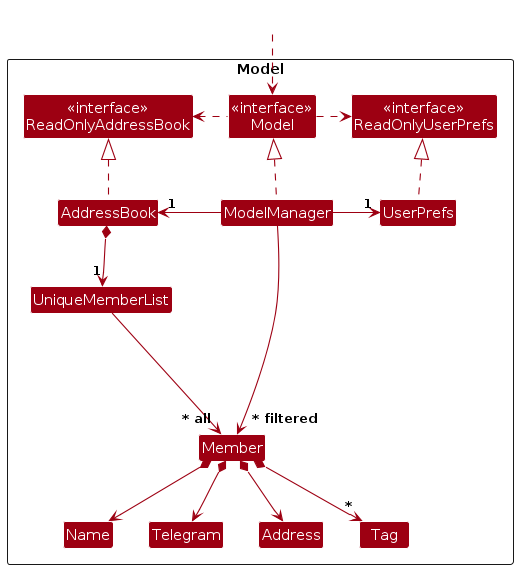
This is diagrams/ModelClassDiagram.png from AY2425S1-CS2103T-W14-3/tp, a PlantUML export, as it was before one commit. Its source is kept beside it as diagrams/ModelClassDiagram.puml.
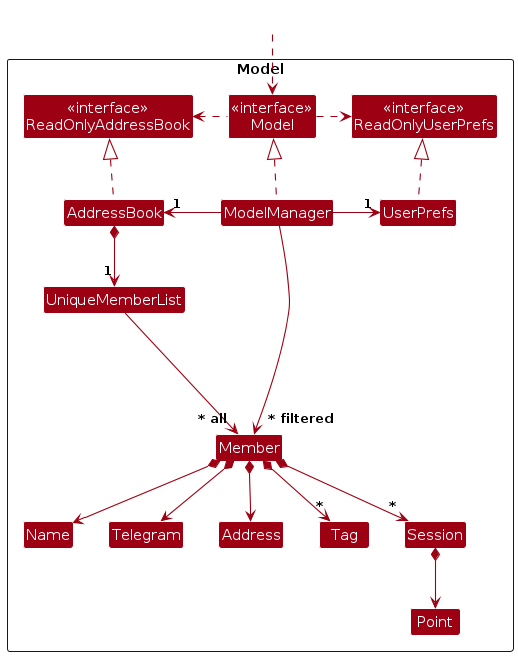
The same diagram one commit later.

Diff of the diagram source:
```diff
@@ -18,6 +18,8 @@
 Class Name
 Class Telegram
 Class Tag
+Class Session
+Class Point
 
 Class I #FFFFFF
 }
@@ -40,6 +42,9 @@
 Member *--> Telegram
 Member *--> Address
 Member *--> "*" Tag
+Member *--> "*" Session
+
+Session *--> Point
 
 Member -[hidden]up--> I
 UniqueMemberList -[hidden]right-> I
```
